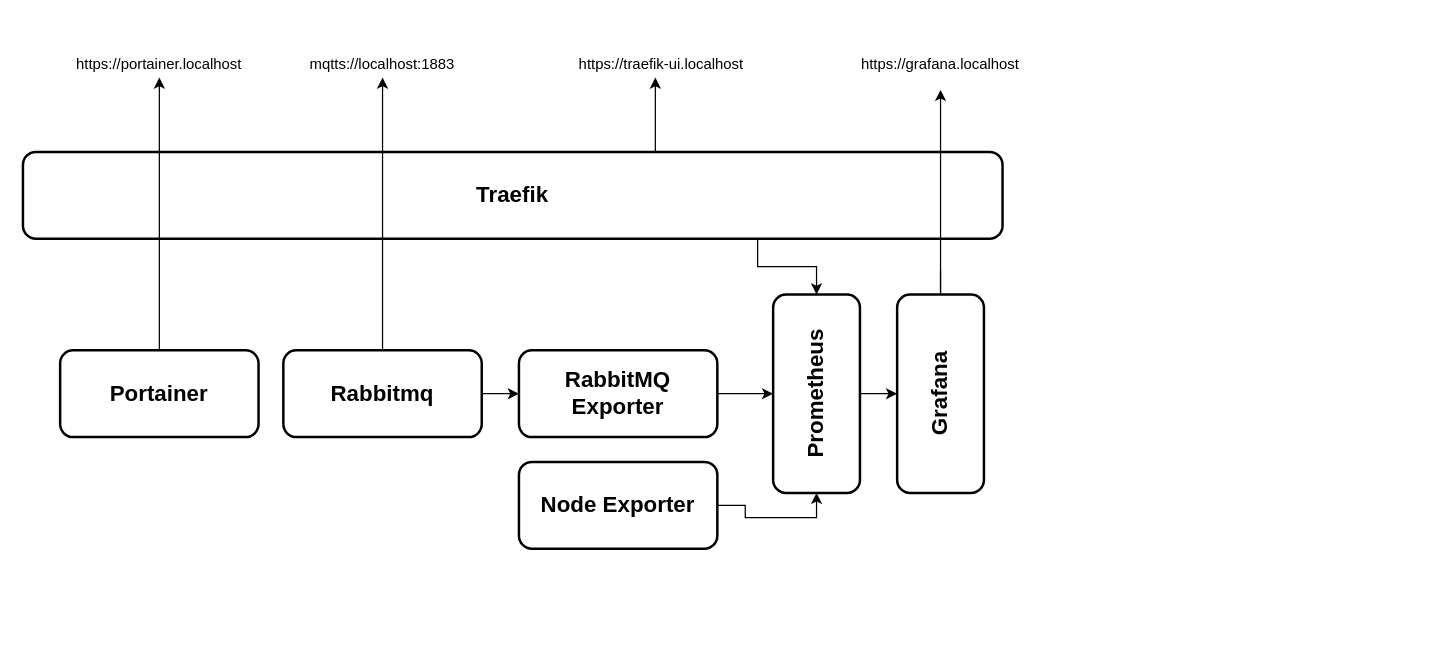
Above: architecture.drawio in davidjmallar/iot-stack (draw.io), before the change. Source tidied: cells renumbered, new cells numbered last; positions are measured from the earlier drawing's top-left corner, leaving out a move shared by most shapes. Both pictures are drawn from the tidied source at 124%, with x=0, y=0 at pixel (22, 52).
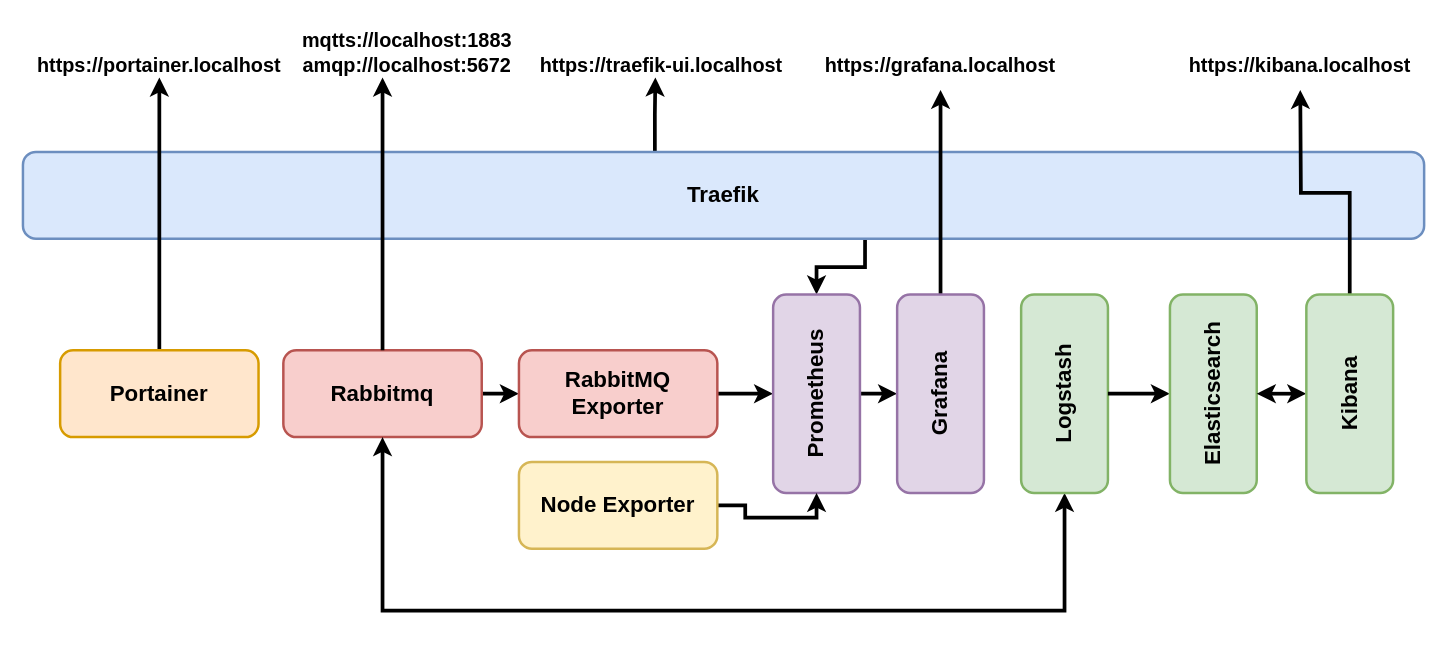
Above is the later version.

Change to the diagram source:
```diff
@@
-    <mxCell id="2" style="edgeStyle=orthogonalEdgeStyle;rounded=0;jettySize=auto;html=1;" parent="1" edge="1" source="3" target="8">
+    <mxCell id="2" style="edgeStyle=orthogonalEdgeStyle;rounded=0;jettySize=auto;html=1;strokeWidth=3;" parent="1" edge="1" source="3" target="8">
       <mxGeometry relative="1" as="geometry" />
     </mxCell>
-    <mxCell id="3" value="&lt;font style=&quot;font-size: 18px&quot;&gt;&lt;b&gt;Rabbitmq&lt;/b&gt;&lt;/font&gt;" style="rounded=1;whiteSpace=wrap;html=1;strokeWidth=2;" parent="1" vertex="1">
+    <mxCell id="3" value="&lt;font style=&quot;font-size: 18px&quot;&gt;&lt;b&gt;Rabbitmq&lt;/b&gt;&lt;/font&gt;" style="rounded=1;whiteSpace=wrap;html=1;strokeWidth=2;fillColor=#f8cecc;strokeColor=#b85450;" parent="1" vertex="1">
       <mxGeometry x="210" y="240" width="160" height="70" as="geometry" />
     </mxCell>
-    <mxCell id="4" style="edgeStyle=orthogonalEdgeStyle;rounded=0;jettySize=auto;html=1;exitX=0.75;exitY=1;exitDx=0;exitDy=0;entryX=1;entryY=0.5;entryDx=0;entryDy=0;" parent="1" edge="1" source="6" target="10">
-      <mxGeometry relative="1" as="geometry" />
+    <mxCell id="4" style="edgeStyle=orthogonalEdgeStyle;rounded=0;jettySize=auto;html=1;exitX=0.601;exitY=0.997;exitDx=0;exitDy=0;entryX=1;entryY=0.5;entryDx=0;entryDy=0;strokeWidth=3;exitPerimeter=0;" parent="1" edge="1" source="6" target="10">
+      <mxGeometry relative="1" as="geometry">
+        <Array as="points">
+          <mxPoint x="680" y="150" />
+          <mxPoint x="680" y="173" />
+          <mxPoint x="640" y="173" />
+        </Array>
+      </mxGeometry>
     </mxCell>
-    <mxCell id="5" style="edgeStyle=orthogonalEdgeStyle;rounded=0;jettySize=auto;html=1;exitX=0.75;exitY=0;exitDx=0;exitDy=0;" parent="1" edge="1" source="6">
+    <mxCell id="5" style="edgeStyle=orthogonalEdgeStyle;rounded=0;jettySize=auto;html=1;exitX=0.451;exitY=0.009;exitDx=0;exitDy=0;strokeWidth=3;exitPerimeter=0;" parent="1" edge="1" source="6">
       <mxGeometry relative="1" as="geometry">
         <mxPoint x="510" y="20" as="targetPoint" />
         <Array as="points">
-          <mxPoint x="510" y="80" />
-          <mxPoint x="510" y="30" />
+          <mxPoint x="510" y="50" />
         </Array>
       </mxGeometry>
     </mxCell>
-    <mxCell id="6" value="&lt;font style=&quot;font-size: 18px&quot;&gt;&lt;b&gt;Traefik&lt;/b&gt;&lt;/font&gt;" style="rounded=1;whiteSpace=wrap;html=1;strokeWidth=2;" parent="1" vertex="1">
-      <mxGeometry y="80" width="790" height="70" as="geometry" />
+    <mxCell id="6" value="&lt;font style=&quot;font-size: 18px&quot;&gt;&lt;b&gt;Traefik&lt;/b&gt;&lt;/font&gt;" style="rounded=1;whiteSpace=wrap;html=1;strokeWidth=2;fillColor=#dae8fc;strokeColor=#6c8ebf;" parent="1" vertex="1">
+      <mxGeometry y="80" width="1130" height="70" as="geometry" />
     </mxCell>
-    <mxCell id="7" style="edgeStyle=orthogonalEdgeStyle;rounded=0;jettySize=auto;html=1;" parent="1" edge="1" source="8" target="10">
+    <mxCell id="7" style="edgeStyle=orthogonalEdgeStyle;rounded=0;jettySize=auto;html=1;strokeWidth=3;" parent="1" edge="1" source="8" target="10">
       <mxGeometry relative="1" as="geometry" />
     </mxCell>
-    <mxCell id="8" value="&lt;span style=&quot;font-size: 18px&quot;&gt;&lt;b&gt;RabbitMQ Exporter&lt;/b&gt;&lt;/span&gt;" style="rounded=1;whiteSpace=wrap;html=1;strokeWidth=2;" parent="1" vertex="1">
+    <mxCell id="8" value="&lt;span style=&quot;font-size: 18px&quot;&gt;&lt;b&gt;RabbitMQ Exporter&lt;/b&gt;&lt;/span&gt;" style="rounded=1;whiteSpace=wrap;html=1;strokeWidth=2;fillColor=#f8cecc;strokeColor=#b85450;" parent="1" vertex="1">
       <mxGeometry x="400" y="240" width="160" height="70" as="geometry" />
     </mxCell>
-    <mxCell id="9" style="edgeStyle=orthogonalEdgeStyle;rounded=0;jettySize=auto;html=1;" parent="1" edge="1" source="10" target="13">
+    <mxCell id="9" style="edgeStyle=orthogonalEdgeStyle;rounded=0;jettySize=auto;html=1;strokeWidth=3;" parent="1" edge="1" source="10" target="13">
       <mxGeometry relative="1" as="geometry" />
     </mxCell>
-    <mxCell id="10" value="&lt;font style=&quot;font-size: 18px&quot;&gt;&lt;b&gt;Prometheus&lt;/b&gt;&lt;/font&gt;" style="rounded=1;whiteSpace=wrap;html=1;strokeWidth=2;rotation=-90;" parent="1" vertex="1">
+    <mxCell id="10" value="&lt;font style=&quot;font-size: 18px&quot;&gt;&lt;b&gt;Prometheus&lt;/b&gt;&lt;/font&gt;" style="rounded=1;whiteSpace=wrap;html=1;strokeWidth=2;rotation=-90;fillColor=#e1d5e7;strokeColor=#9673a6;" parent="1" vertex="1">
       <mxGeometry x="560" y="240" width="160" height="70" as="geometry" />
     </mxCell>
@@
-    <mxCell id="12" style="edgeStyle=orthogonalEdgeStyle;rounded=0;jettySize=auto;html=1;" parent="1" edge="1" source="13">
+    <mxCell id="12" style="edgeStyle=orthogonalEdgeStyle;rounded=0;jettySize=auto;html=1;strokeWidth=3;" parent="1" edge="1" source="13">
       <mxGeometry relative="1" as="geometry">
         <mxPoint x="740" y="30" as="targetPoint" />
         <Array as="points">
           <mxPoint x="740" y="50" />
           <mxPoint x="740" y="50" />
         </Array>
       </mxGeometry>
     </mxCell>
-    <mxCell id="13" value="&lt;font style=&quot;font-size: 18px&quot;&gt;&lt;b&gt;Grafana&lt;/b&gt;&lt;/font&gt;" style="rounded=1;whiteSpace=wrap;html=1;strokeWidth=2;rotation=-90;" parent="1" vertex="1">
+    <mxCell id="13" value="&lt;font style=&quot;font-size: 18px&quot;&gt;&lt;b&gt;Grafana&lt;/b&gt;&lt;/font&gt;" style="rounded=1;whiteSpace=wrap;html=1;strokeWidth=2;rotation=-90;fillColor=#e1d5e7;strokeColor=#9673a6;" parent="1" vertex="1">
       <mxGeometry x="660" y="240" width="160" height="70" as="geometry" />
     </mxCell>
-    <mxCell id="14" value="https://grafana.localhost" style="text;html=1;strokeColor=none;fillColor=none;align=center;verticalAlign=middle;whiteSpace=wrap;rounded=0;" parent="1" vertex="1">
+    <mxCell id="14" value="&lt;font style=&quot;font-size: 16px&quot;&gt;&lt;b&gt;https://grafana.localhost&lt;/b&gt;&lt;/font&gt;" style="text;html=1;strokeColor=none;fillColor=none;align=center;verticalAlign=middle;whiteSpace=wrap;rounded=0;" parent="1" vertex="1">
       <mxGeometry x="720" width="40" height="20" as="geometry" />
     </mxCell>
-    <mxCell id="15" value="mqtts://localhost:1883" style="text;html=1;strokeColor=none;fillColor=none;align=center;verticalAlign=middle;whiteSpace=wrap;rounded=0;" parent="1" vertex="1">
-      <mxGeometry x="270" width="40" height="20" as="geometry" />
+    <mxCell id="15" value="&lt;font style=&quot;font-size: 16px&quot;&gt;&lt;b&gt;mqtts://localhost:1883&lt;br&gt;amqp://localhost:5672&lt;/b&gt;&lt;/font&gt;" style="text;html=1;strokeColor=none;fillColor=none;align=center;verticalAlign=middle;whiteSpace=wrap;rounded=0;" parent="1" vertex="1">
+      <mxGeometry x="290" y="-25" width="40" height="50" as="geometry" />
     </mxCell>
-    <mxCell id="16" style="edgeStyle=orthogonalEdgeStyle;rounded=0;jettySize=auto;html=1;" parent="1" edge="1" source="17">
+    <mxCell id="16" style="edgeStyle=orthogonalEdgeStyle;rounded=0;jettySize=auto;html=1;strokeWidth=3;" parent="1" edge="1" source="17">
       <mxGeometry relative="1" as="geometry">
         <mxPoint x="110" y="20" as="targetPoint" />
       </mxGeometry>
     </mxCell>
-    <mxCell id="17" value="&lt;font style=&quot;font-size: 18px&quot;&gt;&lt;b&gt;Portainer&lt;/b&gt;&lt;/font&gt;" style="rounded=1;whiteSpace=wrap;html=1;strokeWidth=2;" parent="1" vertex="1">
+    <mxCell id="17" value="&lt;font style=&quot;font-size: 18px&quot;&gt;&lt;b&gt;Portainer&lt;/b&gt;&lt;/font&gt;" style="rounded=1;whiteSpace=wrap;html=1;strokeWidth=2;fillColor=#ffe6cc;strokeColor=#d79b00;" parent="1" vertex="1">
       <mxGeometry x="30" y="240" width="160" height="70" as="geometry" />
     </mxCell>
-    <mxCell id="18" value="https://portainer.localhost" style="text;html=1;strokeColor=none;fillColor=none;align=center;verticalAlign=middle;whiteSpace=wrap;rounded=0;" parent="1" vertex="1">
+    <mxCell id="18" value="&lt;font style=&quot;font-size: 16px&quot;&gt;&lt;b&gt;https://portainer.localhost&lt;/b&gt;&lt;/font&gt;" style="text;html=1;strokeColor=none;fillColor=none;align=center;verticalAlign=middle;whiteSpace=wrap;rounded=0;" parent="1" vertex="1">
       <mxGeometry x="90" width="40" height="20" as="geometry" />
     </mxCell>
-    <mxCell id="19" value="https://traefik-ui.localhost" style="text;html=1;strokeColor=none;fillColor=none;align=center;verticalAlign=middle;whiteSpace=wrap;rounded=0;" parent="1" vertex="1">
+    <mxCell id="19" value="&lt;b&gt;&lt;font style=&quot;font-size: 16px&quot;&gt;https://traefik-ui.localhost&lt;/font&gt;&lt;/b&gt;" style="text;html=1;strokeColor=none;fillColor=none;align=center;verticalAlign=middle;whiteSpace=wrap;rounded=0;" parent="1" vertex="1">
       <mxGeometry x="415" width="200" height="20" as="geometry" />
     </mxCell>
-    <mxCell id="20" style="edgeStyle=orthogonalEdgeStyle;rounded=0;jettySize=auto;html=1;" parent="1" edge="1" source="3">
+    <mxCell id="20" style="edgeStyle=orthogonalEdgeStyle;rounded=0;jettySize=auto;html=1;strokeWidth=3;" parent="1" edge="1" source="3">
       <mxGeometry relative="1" as="geometry">
         <mxPoint x="290" y="20" as="targetPoint" />
       </mxGeometry>
     </mxCell>
-    <mxCell id="21" style="edgeStyle=orthogonalEdgeStyle;rounded=0;jettySize=auto;html=1;entryX=0;entryY=0.5;entryDx=0;entryDy=0;" parent="1" edge="1" source="22" target="10">
+    <mxCell id="21" style="edgeStyle=orthogonalEdgeStyle;rounded=0;jettySize=auto;html=1;entryX=0;entryY=0.5;entryDx=0;entryDy=0;strokeWidth=3;" parent="1" edge="1" source="22" target="10">
       <mxGeometry relative="1" as="geometry" />
     </mxCell>
-    <mxCell id="22" value="&lt;span style=&quot;font-size: 18px&quot;&gt;&lt;b&gt;Node Exporter&lt;/b&gt;&lt;/span&gt;" style="rounded=1;whiteSpace=wrap;html=1;strokeWidth=2;" parent="1" vertex="1">
+    <mxCell id="22" value="&lt;span style=&quot;font-size: 18px&quot;&gt;&lt;b&gt;Node Exporter&lt;/b&gt;&lt;/span&gt;" style="rounded=1;whiteSpace=wrap;html=1;strokeWidth=2;fillColor=#fff2cc;strokeColor=#d6b656;" parent="1" vertex="1">
       <mxGeometry x="400" y="330" width="160" height="70" as="geometry" />
     </mxCell>
+    <mxCell id="23" style="edgeStyle=orthogonalEdgeStyle;rounded=0;jettySize=auto;html=1;exitX=0;exitY=0.5;exitDx=0;exitDy=0;startArrow=classic;startFill=1;entryX=0.5;entryY=1;entryDx=0;entryDy=0;strokeWidth=3;" parent="1" edge="1" source="24" target="3">
+      <mxGeometry relative="1" as="geometry">
+        <Array as="points">
+          <mxPoint x="840" y="450" />
+          <mxPoint x="290" y="450" />
+        </Array>
+      </mxGeometry>
+    </mxCell>
+    <mxCell id="24" value="&lt;font style=&quot;font-size: 18px&quot;&gt;&lt;b&gt;Logstash&lt;/b&gt;&lt;/font&gt;" style="rounded=1;whiteSpace=wrap;html=1;strokeWidth=2;rotation=-90;fillColor=#d5e8d4;strokeColor=#82b366;" parent="1" vertex="1">
+      <mxGeometry x="760" y="240" width="160" height="70" as="geometry" />
+    </mxCell>
+    <mxCell id="25" style="edgeStyle=orthogonalEdgeStyle;rounded=0;jettySize=auto;html=1;exitX=0.5;exitY=0;exitDx=0;exitDy=0;startArrow=classic;startFill=1;entryX=0.5;entryY=1;entryDx=0;entryDy=0;strokeWidth=3;endArrow=none;endFill=0;" parent="1" edge="1" source="26" target="24">
+      <mxGeometry relative="1" as="geometry" />
+    </mxCell>
+    <mxCell id="26" value="&lt;font style=&quot;font-size: 18px&quot;&gt;&lt;b&gt;Elasticsearch&lt;/b&gt;&lt;/font&gt;" style="rounded=1;whiteSpace=wrap;html=1;strokeWidth=2;rotation=-90;fillColor=#d5e8d4;strokeColor=#82b366;" parent="1" vertex="1">
+      <mxGeometry x="880" y="240" width="160" height="70" as="geometry" />
+    </mxCell>
+    <mxCell id="27" style="edgeStyle=orthogonalEdgeStyle;rounded=0;jettySize=auto;html=1;exitX=1;exitY=0.5;exitDx=0;exitDy=0;strokeWidth=3;" parent="1" edge="1" source="29">
+      <mxGeometry relative="1" as="geometry">
+        <mxPoint x="1030.1" y="30" as="targetPoint" />
+      </mxGeometry>
+    </mxCell>
+    <mxCell id="28" style="edgeStyle=orthogonalEdgeStyle;rounded=0;jettySize=auto;html=1;exitX=0.5;exitY=0;exitDx=0;exitDy=0;entryX=0.5;entryY=1;entryDx=0;entryDy=0;startArrow=classic;startFill=1;strokeWidth=3;" parent="1" edge="1" source="29" target="26">
+      <mxGeometry relative="1" as="geometry" />
+    </mxCell>
+    <mxCell id="29" value="&lt;font style=&quot;font-size: 18px&quot;&gt;&lt;b&gt;Kibana&lt;/b&gt;&lt;/font&gt;" style="rounded=1;whiteSpace=wrap;html=1;strokeWidth=2;rotation=-90;fillColor=#d5e8d4;strokeColor=#82b366;" parent="1" vertex="1">
+      <mxGeometry x="990" y="240" width="160" height="70" as="geometry" />
+    </mxCell>
+    <mxCell id="30" value="&lt;b&gt;&lt;font style=&quot;font-size: 16px&quot;&gt;https://kibana.localhost&lt;/font&gt;&lt;/b&gt;" style="text;html=1;strokeColor=none;fillColor=none;align=center;verticalAlign=middle;whiteSpace=wrap;rounded=0;" parent="1" vertex="1">
+      <mxGeometry x="1010" width="40" height="20" as="geometry" />
+    </mxCell>
```
